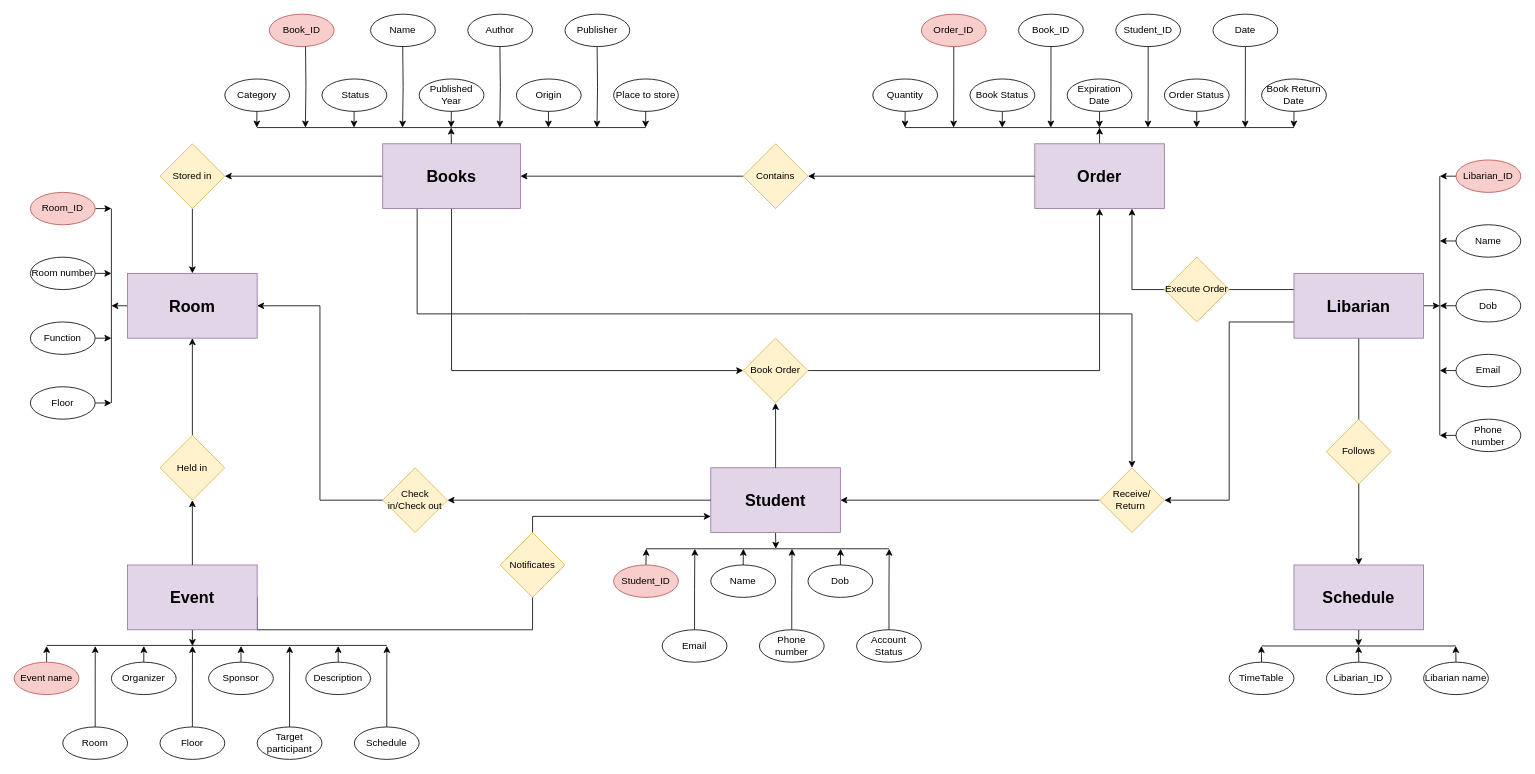
The draw.io diagram erd.drawio in Dovanvu09/LibraryManagement, before the edit. Source tidied: cells renumbered, new cells numbered last; positions are measured from the earlier drawing's top-left corner, leaving out a move shared by most shapes. Both pictures are drawn from the tidied source at 81%, with x=0, y=0 at pixel (14, 14).
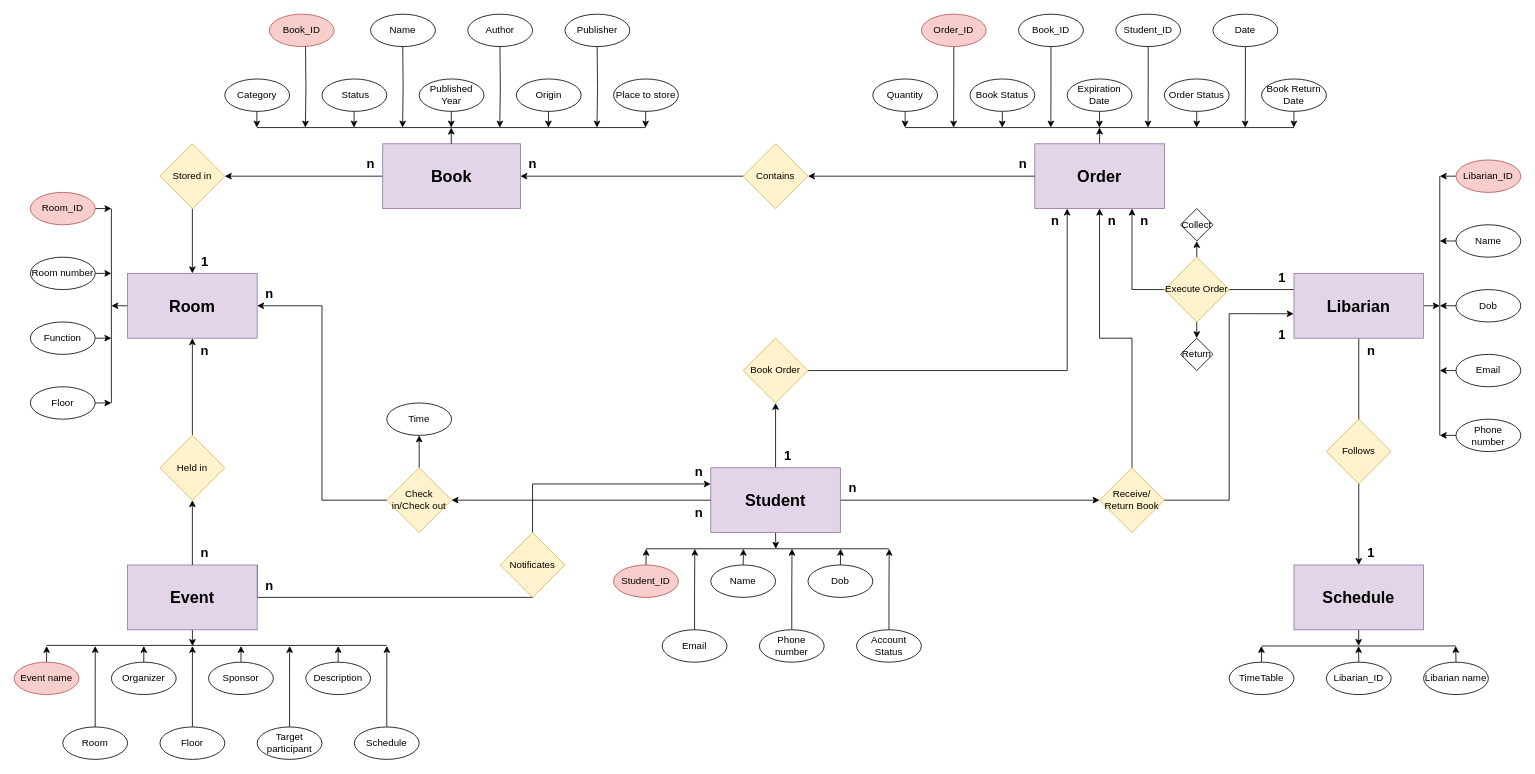
The same page after the edit.

Commit message (it also covers changes not shown here):
Cập nhật erd.drawio

Unchanged cells that the change refers to:
```xml
<mxCell id="4" value="&lt;b&gt;&lt;font style=&quot;font-size: 20px;&quot;&gt;Student&lt;/font&gt;&lt;/b&gt;" style="rounded=0;whiteSpace=wrap;html=1;fillColor=#e1d5e7;strokeColor=#9673a6;" parent="1" vertex="1">
  <mxGeometry x="860" y="560" width="160" height="80" as="geometry" />
</mxCell>
<mxCell id="13" value="&lt;b&gt;&lt;font style=&quot;font-size: 20px;&quot;&gt;Libarian&lt;/font&gt;&lt;/b&gt;" style="rounded=0;whiteSpace=wrap;html=1;fillColor=#e1d5e7;strokeColor=#9673a6;" parent="1" vertex="1">
  <mxGeometry x="1580" y="320" width="160" height="80" as="geometry" />
</mxCell>
<mxCell id="65" value="&lt;b&gt;&lt;font style=&quot;font-size: 20px;&quot;&gt;Event&lt;/font&gt;&lt;/b&gt;" style="rounded=0;whiteSpace=wrap;html=1;fillColor=#e1d5e7;strokeColor=#9673a6;" parent="1" vertex="1">
  <mxGeometry x="140" y="680" width="160" height="80" as="geometry" />
</mxCell>
<mxCell id="80" value="Book Order" style="rhombus;whiteSpace=wrap;html=1;fillColor=#fff2cc;strokeColor=#d6b656;" parent="1" vertex="1">
  <mxGeometry x="900" y="400" width="80" height="80" as="geometry" />
</mxCell>
<mxCell id="83" value="&lt;b&gt;&lt;font style=&quot;font-size: 20px;&quot;&gt;Order&lt;/font&gt;&lt;/b&gt;" style="rounded=0;whiteSpace=wrap;html=1;fillColor=#e1d5e7;strokeColor=#9673a6;" parent="1" vertex="1">
  <mxGeometry x="1260" y="160" width="160" height="80" as="geometry" />
</mxCell>
<mxCell id="102" value="Execute Order" style="rhombus;whiteSpace=wrap;html=1;fillColor=#fff2cc;strokeColor=#d6b656;" parent="1" vertex="1">
  <mxGeometry x="1420" y="300" width="80" height="80" as="geometry" />
</mxCell>
```

Diff of the diagram source:
```diff
@@
+    <mxCell id="78" style="edgeStyle=orthogonalEdgeStyle;rounded=0;jettySize=auto;html=1;exitX=0.5;exitY=0;exitDx=0;exitDy=0;entryX=0.5;entryY=1;entryDx=0;entryDy=0;" parent="1" edge="1" source="4" target="80">
+      <mxGeometry relative="1" as="geometry" />
+    </mxCell>
+    <mxCell id="137" style="edgeStyle=orthogonalEdgeStyle;rounded=0;jettySize=auto;html=1;exitX=1;exitY=0.5;exitDx=0;exitDy=0;entryX=0;entryY=0.5;entryDx=0;entryDy=0;" parent="1" edge="1" source="4" target="104">
+      <mxGeometry relative="1" as="geometry" />
+    </mxCell>
@@
-    <mxCell id="5" style="edgeStyle=orthogonalEdgeStyle;rounded=0;jettySize=auto;html=1;exitX=0.5;exitY=1;exitDx=0;exitDy=0;entryX=0;entryY=0.5;entryDx=0;entryDy=0;" parent="1" edge="1" source="8" target="80">
-      <mxGeometry relative="1" as="geometry" />
-    </mxCell>
-    <mxCell id="6" style="edgeStyle=orthogonalEdgeStyle;rounded=0;jettySize=auto;html=1;exitX=0.25;exitY=1;exitDx=0;exitDy=0;entryX=0.5;entryY=0;entryDx=0;entryDy=0;" parent="1" edge="1" source="8" target="104">
-      <mxGeometry relative="1" as="geometry">
-        <Array as="points">
-          <mxPoint x="630" y="370" />
-          <mxPoint x="1420" y="370" />
-        </Array>
-      </mxGeometry>
-    </mxCell>
@@
-    <mxCell id="8" value="&lt;font style=&quot;font-size: 20px;&quot;&gt;&lt;b&gt;Books&lt;/b&gt;&lt;/font&gt;" style="rounded=0;whiteSpace=wrap;html=1;fillColor=#e1d5e7;strokeColor=#9673a6;" parent="1" vertex="1">
+    <mxCell id="8" value="&lt;font style=&quot;font-size: 20px;&quot;&gt;&lt;b&gt;Book&lt;/b&gt;&lt;/font&gt;" style="rounded=0;whiteSpace=wrap;html=1;fillColor=#e1d5e7;strokeColor=#9673a6;" parent="1" vertex="1">
       <mxGeometry x="455" y="160" width="170" height="80" as="geometry" />
     </mxCell>
@@
-    <mxCell id="12" style="edgeStyle=orthogonalEdgeStyle;rounded=0;jettySize=auto;html=1;exitX=0;exitY=0.75;exitDx=0;exitDy=0;entryX=1;entryY=0.5;entryDx=0;entryDy=0;" parent="1" edge="1" source="13" target="104">
-      <mxGeometry relative="1" as="geometry" />
-    </mxCell>
@@
-    <mxCell id="63" style="edgeStyle=orthogonalEdgeStyle;rounded=0;jettySize=auto;html=1;exitX=1;exitY=0.5;exitDx=0;exitDy=0;entryX=0;entryY=0.75;entryDx=0;entryDy=0;" parent="1" edge="1" source="65" target="4">
+    <mxCell id="63" style="edgeStyle=orthogonalEdgeStyle;rounded=0;orthogonalLoop=1;jettySize=auto;html=1;exitX=1;exitY=0.5;exitDx=0;exitDy=0;entryX=0;entryY=0.75;entryDx=0;entryDy=0;" parent="1" edge="1">
       <mxGeometry relative="1" as="geometry">
+        <mxPoint x="300" y="680" as="sourcePoint" />
+        <mxPoint x="860" y="580" as="targetPoint" />
         <Array as="points">
-          <mxPoint x="640" y="760" />
-          <mxPoint x="640" y="620" />
+          <mxPoint x="640" y="720" />
+          <mxPoint x="640" y="580" />
         </Array>
       </mxGeometry>
     </mxCell>
@@
-    <mxCell id="78" style="edgeStyle=orthogonalEdgeStyle;rounded=0;jettySize=auto;html=1;exitX=0.5;exitY=0;exitDx=0;exitDy=0;entryX=0.5;entryY=1;entryDx=0;entryDy=0;" parent="1" edge="1" source="4" target="80">
-      <mxGeometry relative="1" as="geometry" />
-    </mxCell>
-    <mxCell id="79" style="edgeStyle=orthogonalEdgeStyle;rounded=0;jettySize=auto;html=1;entryX=0.5;entryY=1;entryDx=0;entryDy=0;" parent="1" edge="1" source="80" target="83">
+    <mxCell id="79" style="edgeStyle=orthogonalEdgeStyle;rounded=0;jettySize=auto;html=1;exitX=1;exitY=0.5;exitDx=0;exitDy=0;entryX=0.25;entryY=1;entryDx=0;entryDy=0;" parent="1" edge="1" source="80" target="83">
       <mxGeometry relative="1" as="geometry" />
     </mxCell>
@@
+    <mxCell id="138" style="edgeStyle=orthogonalEdgeStyle;rounded=0;jettySize=auto;html=1;exitX=0.5;exitY=0;exitDx=0;exitDy=0;entryX=0.5;entryY=1;entryDx=0;entryDy=0;" parent="1" edge="1" source="102" target="163">
+      <mxGeometry relative="1" as="geometry" />
+    </mxCell>
+    <mxCell id="139" style="edgeStyle=orthogonalEdgeStyle;rounded=0;jettySize=auto;html=1;exitX=0.5;exitY=1;exitDx=0;exitDy=0;entryX=0.5;entryY=0;entryDx=0;entryDy=0;" parent="1" edge="1" source="102" target="164">
+      <mxGeometry relative="1" as="geometry" />
+    </mxCell>
@@
-    <mxCell id="103" style="edgeStyle=orthogonalEdgeStyle;rounded=0;jettySize=auto;html=1;exitX=0;exitY=0.5;exitDx=0;exitDy=0;entryX=1;entryY=0.5;entryDx=0;entryDy=0;" parent="1" edge="1" source="104" target="4">
-      <mxGeometry relative="1" as="geometry" />
-    </mxCell>
+    <mxCell id="140" style="edgeStyle=orthogonalEdgeStyle;rounded=0;jettySize=auto;html=1;exitX=0.5;exitY=0;exitDx=0;exitDy=0;entryX=0.5;entryY=1;entryDx=0;entryDy=0;" parent="1" edge="1" source="104" target="83">
+      <mxGeometry relative="1" as="geometry" />
+    </mxCell>
-    <mxCell id="104" value="Receive/&lt;div&gt;Return&amp;nbsp;&lt;/div&gt;" style="rhombus;whiteSpace=wrap;html=1;fillColor=#fff2cc;strokeColor=#d6b656;" parent="1" vertex="1">
+    <mxCell id="104" value="Receive/&lt;div&gt;Return Book&lt;/div&gt;" style="rhombus;whiteSpace=wrap;html=1;fillColor=#fff2cc;strokeColor=#d6b656;" parent="1" vertex="1">
       <mxGeometry x="1340" y="560" width="80" height="80" as="geometry" />
     </mxCell>
@@
+    <mxCell id="141" style="edgeStyle=orthogonalEdgeStyle;rounded=0;jettySize=auto;html=1;exitX=0.5;exitY=0;exitDx=0;exitDy=0;entryX=0.5;entryY=1;entryDx=0;entryDy=0;" parent="1" edge="1" source="108" target="154">
+      <mxGeometry relative="1" as="geometry" />
+    </mxCell>
     <mxCell id="108" value="Check in/Check out" style="rhombus;whiteSpace=wrap;html=1;fillColor=#fff2cc;strokeColor=#d6b656;" parent="1" vertex="1">
-      <mxGeometry x="455" y="560" width="80" height="80" as="geometry" />
+      <mxGeometry x="460" y="560" width="80" height="80" as="geometry" />
     </mxCell>
@@
+    <mxCell id="142" value="&lt;b&gt;&lt;font style=&quot;font-size: 16px;&quot;&gt;1&lt;/font&gt;&lt;/b&gt;" style="text;html=1;align=center;verticalAlign=middle;strokeColor=none;fillColor=none;" parent="1" vertex="1">
+      <mxGeometry x="940" y="530" width="30" height="30" as="geometry" />
+    </mxCell>
+    <mxCell id="143" value="&lt;b&gt;&lt;font style=&quot;font-size: 16px;&quot;&gt;n&lt;/font&gt;&lt;/b&gt;" style="text;html=1;align=center;verticalAlign=middle;strokeColor=none;fillColor=none;" parent="1" vertex="1">
+      <mxGeometry x="1270" y="240" width="30" height="30" as="geometry" />
+    </mxCell>
+    <mxCell id="144" value="&lt;b&gt;&lt;font style=&quot;font-size: 16px;&quot;&gt;n&lt;/font&gt;&lt;/b&gt;" style="text;html=1;align=center;verticalAlign=middle;strokeColor=none;fillColor=none;" parent="1" vertex="1">
+      <mxGeometry x="1230" y="170" width="30" height="30" as="geometry" />
+    </mxCell>
+    <mxCell id="145" value="&lt;b&gt;&lt;font style=&quot;font-size: 16px;&quot;&gt;n&lt;/font&gt;&lt;/b&gt;" style="text;html=1;align=center;verticalAlign=middle;strokeColor=none;fillColor=none;" parent="1" vertex="1">
+      <mxGeometry x="625" y="170" width="30" height="30" as="geometry" />
+    </mxCell>
+    <mxCell id="146" value="&lt;b&gt;&lt;font style=&quot;font-size: 16px;&quot;&gt;n&lt;/font&gt;&lt;/b&gt;" style="text;html=1;align=center;verticalAlign=middle;strokeColor=none;fillColor=none;" parent="1" vertex="1">
+      <mxGeometry x="1380" y="240" width="30" height="30" as="geometry" />
+    </mxCell>
+    <mxCell id="147" value="&lt;b&gt;&lt;font style=&quot;font-size: 16px;&quot;&gt;1&lt;/font&gt;&lt;/b&gt;" style="text;html=1;align=center;verticalAlign=middle;strokeColor=none;fillColor=none;" parent="1" vertex="1">
+      <mxGeometry x="1550" y="310" width="30" height="30" as="geometry" />
+    </mxCell>
+    <mxCell id="148" value="&lt;b&gt;&lt;font style=&quot;font-size: 16px;&quot;&gt;n&lt;/font&gt;&lt;/b&gt;" style="text;html=1;align=center;verticalAlign=middle;strokeColor=none;fillColor=none;" parent="1" vertex="1">
+      <mxGeometry x="1020" y="570" width="30" height="30" as="geometry" />
+    </mxCell>
+    <mxCell id="149" value="&lt;b&gt;&lt;font style=&quot;font-size: 16px;&quot;&gt;1&lt;/font&gt;&lt;/b&gt;" style="text;html=1;align=center;verticalAlign=middle;strokeColor=none;fillColor=none;" parent="1" vertex="1">
+      <mxGeometry x="1550" y="380" width="30" height="30" as="geometry" />
+    </mxCell>
+    <mxCell id="150" value="&lt;b&gt;&lt;font style=&quot;font-size: 16px;&quot;&gt;n&lt;/font&gt;&lt;/b&gt;" style="text;html=1;align=center;verticalAlign=middle;strokeColor=none;fillColor=none;" parent="1" vertex="1">
+      <mxGeometry x="830" y="550" width="30" height="30" as="geometry" />
+    </mxCell>
+    <mxCell id="151" value="&lt;b&gt;&lt;font style=&quot;font-size: 16px;&quot;&gt;n&lt;/font&gt;&lt;/b&gt;" style="text;html=1;align=center;verticalAlign=middle;strokeColor=none;fillColor=none;" parent="1" vertex="1">
+      <mxGeometry x="300" y="690" width="30" height="30" as="geometry" />
+    </mxCell>
+    <mxCell id="152" value="&lt;b&gt;&lt;font style=&quot;font-size: 16px;&quot;&gt;n&lt;/font&gt;&lt;/b&gt;" style="text;html=1;align=center;verticalAlign=middle;strokeColor=none;fillColor=none;" parent="1" vertex="1">
+      <mxGeometry x="830" y="600" width="30" height="30" as="geometry" />
+    </mxCell>
+    <mxCell id="153" value="&lt;b&gt;&lt;font style=&quot;font-size: 16px;&quot;&gt;n&lt;/font&gt;&lt;/b&gt;" style="text;html=1;align=center;verticalAlign=middle;strokeColor=none;fillColor=none;" parent="1" vertex="1">
+      <mxGeometry x="300" y="330" width="30" height="30" as="geometry" />
+    </mxCell>
+    <mxCell id="154" value="Time" style="ellipse;whiteSpace=wrap;html=1;" parent="1" vertex="1">
+      <mxGeometry x="460" y="480" width="80" height="40" as="geometry" />
+    </mxCell>
+    <mxCell id="155" value="&lt;b&gt;&lt;font style=&quot;font-size: 16px;&quot;&gt;n&lt;/font&gt;&lt;/b&gt;" style="text;html=1;align=center;verticalAlign=middle;strokeColor=none;fillColor=none;" parent="1" vertex="1">
+      <mxGeometry x="220" y="400" width="30" height="30" as="geometry" />
+    </mxCell>
+    <mxCell id="156" value="&lt;b&gt;&lt;font style=&quot;font-size: 16px;&quot;&gt;n&lt;/font&gt;&lt;/b&gt;" style="text;html=1;align=center;verticalAlign=middle;strokeColor=none;fillColor=none;" parent="1" vertex="1">
+      <mxGeometry x="220" y="650" width="30" height="30" as="geometry" />
+    </mxCell>
+    <mxCell id="157" value="&lt;b&gt;&lt;font style=&quot;font-size: 16px;&quot;&gt;n&lt;/font&gt;&lt;/b&gt;" style="text;html=1;align=center;verticalAlign=middle;strokeColor=none;fillColor=none;" parent="1" vertex="1">
+      <mxGeometry x="1660" y="400" width="30" height="30" as="geometry" />
+    </mxCell>
+    <mxCell id="158" value="&lt;b&gt;&lt;font style=&quot;font-size: 16px;&quot;&gt;1&lt;/font&gt;&lt;/b&gt;" style="text;html=1;align=center;verticalAlign=middle;strokeColor=none;fillColor=none;" parent="1" vertex="1">
+      <mxGeometry x="1660" y="650" width="30" height="30" as="geometry" />
+    </mxCell>
+    <mxCell id="159" value="&lt;b&gt;&lt;font style=&quot;font-size: 16px;&quot;&gt;n&lt;/font&gt;&lt;/b&gt;" style="text;html=1;align=center;verticalAlign=middle;strokeColor=none;fillColor=none;" parent="1" vertex="1">
+      <mxGeometry x="425" y="170" width="30" height="30" as="geometry" />
+    </mxCell>
+    <mxCell id="160" value="&lt;b&gt;&lt;font style=&quot;font-size: 16px;&quot;&gt;1&lt;/font&gt;&lt;/b&gt;" style="text;html=1;align=center;verticalAlign=middle;strokeColor=none;fillColor=none;" parent="1" vertex="1">
+      <mxGeometry x="220" y="290" width="30" height="30" as="geometry" />
+    </mxCell>
+    <mxCell id="161" value="&lt;b&gt;&lt;font style=&quot;font-size: 16px;&quot;&gt;n&lt;/font&gt;&lt;/b&gt;" style="text;html=1;align=center;verticalAlign=middle;strokeColor=none;fillColor=none;" parent="1" vertex="1">
+      <mxGeometry x="1340" y="240" width="30" height="30" as="geometry" />
+    </mxCell>
+    <mxCell id="162" style="edgeStyle=orthogonalEdgeStyle;rounded=0;jettySize=auto;html=1;exitX=1;exitY=0.5;exitDx=0;exitDy=0;entryX=-0.002;entryY=0.623;entryDx=0;entryDy=0;entryPerimeter=0;" parent="1" edge="1" source="104" target="13">
+      <mxGeometry relative="1" as="geometry" />
+    </mxCell>
+    <mxCell id="163" value="Collect" style="rhombus;whiteSpace=wrap;html=1;" parent="1" vertex="1">
+      <mxGeometry x="1440" y="240" width="40" height="40" as="geometry" />
+    </mxCell>
+    <mxCell id="164" value="Return" style="rhombus;whiteSpace=wrap;html=1;" parent="1" vertex="1">
+      <mxGeometry x="1440" y="400" width="40" height="40" as="geometry" />
+    </mxCell>
```
